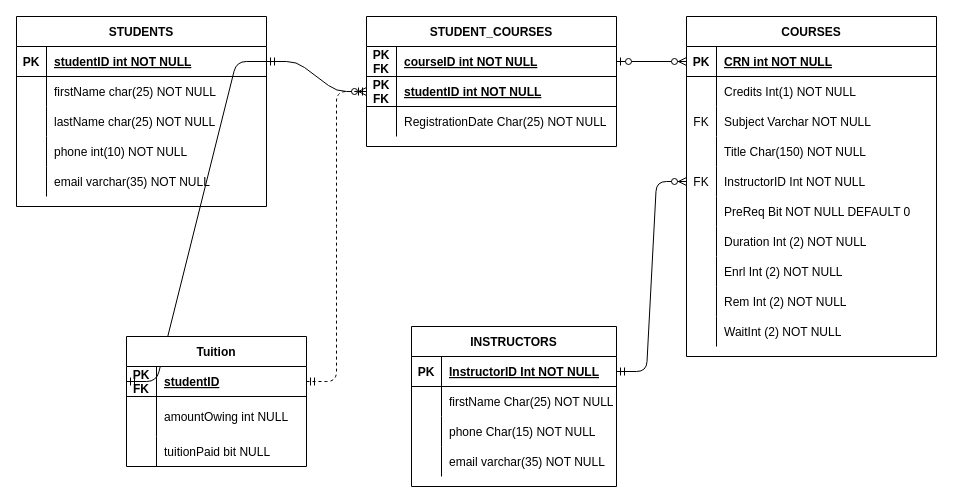
Before: docs/Database.drawio in VeraWei/3280_002_FJQ, a draw.io diagram. Source tidied: cells renumbered, new cells numbered last; positions are measured from the earlier drawing's top-left corner, leaving out a move shared by most shapes. Both pictures are drawn from the tidied source at 100%, with x=0, y=0 at pixel (16, 16).
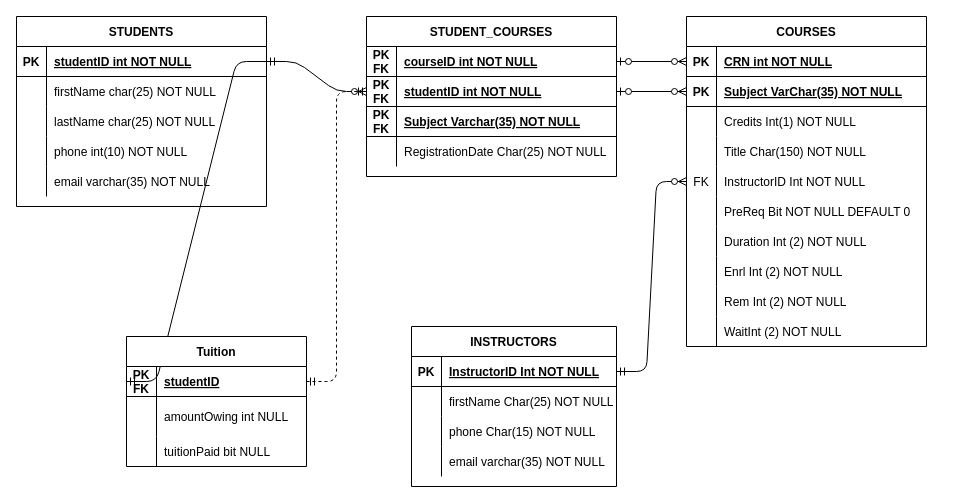
The same diagram, later.

Commit message:
made changes to draw.io to reflect new database

Unchanged cells that the change refers to:
```xml
<mxCell id="23" style="shape=partialRectangle;fillColor=none;points=[[0,0.5],[1,0.5]];portConstraint=eastwest;top=0;left=0;right=0;bottom=1;" parent="19" vertex="1">
  <mxGeometry y="60" width="250" height="30" as="geometry" />
</mxCell>
```

The edit, as a diff of the source:
```diff
@@
     <mxCell id="19" value="STUDENT_COURSES" style="shape=table;startSize=30;childLayout=tableLayout;rowLines=0;fontStyle=1;align=center;" parent="1" vertex="1">
-      <mxGeometry x="350" width="250" height="130" as="geometry" />
+      <mxGeometry x="350" width="250" height="160" as="geometry" />
     </mxCell>
@@
+    <mxCell id="87" style="shape=partialRectangle;fillColor=none;top=0;left=0;right=0;bottom=1;" parent="19" vertex="1">
+      <mxGeometry y="90" width="250" height="30" as="geometry" />
+    </mxCell>
+    <mxCell id="88" value="PK&#10;FK" style="shape=partialRectangle;overflow=hidden;fillColor=none;top=0;left=0;bottom=0;right=0;fontStyle=1;" parent="87" vertex="1">
+      <mxGeometry width="30" height="30" as="geometry" />
+    </mxCell>
+    <mxCell id="89" value="Subject Varchar(35) NOT NULL" style="shape=partialRectangle;overflow=hidden;fillColor=none;top=0;left=0;bottom=0;right=0;align=left;spacingLeft=6;fontStyle=5;" parent="87" vertex="1">
+      <mxGeometry x="30" width="220" height="30" as="geometry" />
+    </mxCell>
     <mxCell id="26" style="shape=partialRectangle;fillColor=none;top=0;left=0;right=0;bottom=0;" parent="19" vertex="1">
-      <mxGeometry y="90" width="250" height="30" as="geometry" />
+      <mxGeometry y="120" width="250" height="30" as="geometry" />
     </mxCell>
@@
     <mxCell id="29" value="COURSES" style="shape=table;startSize=30;childLayout=tableLayout;rowLines=0;fontStyle=1;align=center;" parent="1" vertex="1">
-      <mxGeometry x="670" width="250" height="340" as="geometry" />
+      <mxGeometry x="670" width="240" height="330" as="geometry" />
     </mxCell>
     <mxCell id="30" style="shape=partialRectangle;fillColor=none;points=[[0,0.5],[1,0.5]];portConstraint=eastwest;top=0;left=0;right=0;bottom=1;" parent="29" vertex="1">
-      <mxGeometry y="30" width="250" height="30" as="geometry" />
+      <mxGeometry y="30" width="240" height="30" as="geometry" />
     </mxCell>
@@
     <mxCell id="32" value="CRN int NOT NULL " style="shape=partialRectangle;overflow=hidden;fillColor=none;top=0;left=0;bottom=0;right=0;align=left;spacingLeft=6;fontStyle=5;" parent="30" vertex="1">
-      <mxGeometry x="30" width="220" height="30" as="geometry" />
+      <mxGeometry x="30" width="210" height="30" as="geometry" />
     </mxCell>
+    <mxCell id="90" style="shape=partialRectangle;fillColor=none;points=[[0,0.5],[1,0.5]];portConstraint=eastwest;top=0;left=0;right=0;bottom=1;" parent="29" vertex="1">
+      <mxGeometry y="60" width="240" height="30" as="geometry" />
+    </mxCell>
+    <mxCell id="91" value="PK" style="shape=partialRectangle;overflow=hidden;fillColor=none;top=0;left=0;bottom=0;right=0;fontStyle=1;" parent="90" vertex="1">
+      <mxGeometry width="30" height="30" as="geometry" />
+    </mxCell>
+    <mxCell id="92" value="Subject VarChar(35) NOT NULL " style="shape=partialRectangle;overflow=hidden;fillColor=none;top=0;left=0;bottom=0;right=0;align=left;spacingLeft=6;fontStyle=5;" parent="90" vertex="1">
+      <mxGeometry x="30" width="210" height="30" as="geometry" />
+    </mxCell>
     <mxCell id="33" style="shape=partialRectangle;fillColor=none;top=0;left=0;right=0;bottom=0;" parent="29" vertex="1">
-      <mxGeometry y="60" width="250" height="30" as="geometry" />
+      <mxGeometry y="90" width="240" height="30" as="geometry" />
     </mxCell>
@@
     <mxCell id="35" value="Credits Int(1) NOT NULL" style="shape=partialRectangle;overflow=hidden;fillColor=none;top=0;left=0;bottom=0;right=0;align=left;spacingLeft=6;" parent="33" vertex="1">
-      <mxGeometry x="30" width="220" height="30" as="geometry" />
+      <mxGeometry x="30" width="210" height="30" as="geometry" />
     </mxCell>
-    <mxCell id="36" style="shape=partialRectangle;fillColor=none;top=0;left=0;right=0;bottom=0;" parent="29" vertex="1">
-      <mxGeometry y="90" width="250" height="30" as="geometry" />
-    </mxCell>
-    <mxCell id="37" value="FK" style="shape=partialRectangle;overflow=hidden;fillColor=none;top=0;left=0;bottom=0;right=0;" parent="36" vertex="1">
-      <mxGeometry width="30" height="30" as="geometry" />
-    </mxCell>
-    <mxCell id="38" value="Subject Varchar NOT NULL" style="shape=partialRectangle;overflow=hidden;fillColor=none;top=0;left=0;bottom=0;right=0;align=left;spacingLeft=6;" parent="36" vertex="1">
-      <mxGeometry x="30" width="220" height="30" as="geometry" />
-    </mxCell>
     <mxCell id="39" style="shape=partialRectangle;fillColor=none;top=0;left=0;right=0;bottom=0;" parent="29" vertex="1">
-      <mxGeometry y="120" width="250" height="30" as="geometry" />
+      <mxGeometry y="120" width="240" height="30" as="geometry" />
     </mxCell>
@@
     <mxCell id="41" value="Title Char(150) NOT NULL" style="shape=partialRectangle;overflow=hidden;fillColor=none;top=0;left=0;bottom=0;right=0;align=left;spacingLeft=6;" parent="39" vertex="1">
-      <mxGeometry x="30" width="220" height="30" as="geometry" />
+      <mxGeometry x="30" width="210" height="30" as="geometry" />
     </mxCell>
     <mxCell id="42" style="shape=partialRectangle;fillColor=none;points=[[0,0.5],[1,0.5]];portConstraint=eastwest;top=0;left=0;right=0;bottom=0;" parent="29" vertex="1">
-      <mxGeometry y="150" width="250" height="30" as="geometry" />
+      <mxGeometry y="150" width="240" height="30" as="geometry" />
     </mxCell>
@@
     <mxCell id="44" value="InstructorID Int NOT NULL" style="shape=partialRectangle;overflow=hidden;fillColor=none;top=0;left=0;bottom=0;right=0;align=left;spacingLeft=6;" parent="42" vertex="1">
-      <mxGeometry x="30" width="220" height="30" as="geometry" />
+      <mxGeometry x="30" width="210" height="30" as="geometry" />
     </mxCell>
     <mxCell id="45" style="shape=partialRectangle;fillColor=none;top=0;left=0;right=0;bottom=0;" parent="29" vertex="1">
-      <mxGeometry y="180" width="250" height="30" as="geometry" />
+      <mxGeometry y="180" width="240" height="30" as="geometry" />
     </mxCell>
@@
     <mxCell id="47" value="PreReq Bit NOT NULL DEFAULT 0" style="shape=partialRectangle;overflow=hidden;fillColor=none;top=0;left=0;bottom=0;right=0;align=left;spacingLeft=6;" parent="45" vertex="1">
-      <mxGeometry x="30" width="220" height="30" as="geometry" />
+      <mxGeometry x="30" width="210" height="30" as="geometry" />
     </mxCell>
     <mxCell id="48" style="shape=partialRectangle;fillColor=none;top=0;left=0;right=0;bottom=0;" parent="29" vertex="1">
-      <mxGeometry y="210" width="250" height="30" as="geometry" />
+      <mxGeometry y="210" width="240" height="30" as="geometry" />
     </mxCell>
@@
     <mxCell id="50" value="Duration Int (2) NOT NULL" style="shape=partialRectangle;overflow=hidden;fillColor=none;top=0;left=0;bottom=0;right=0;align=left;spacingLeft=6;" parent="48" vertex="1">
-      <mxGeometry x="30" width="220" height="30" as="geometry" />
+      <mxGeometry x="30" width="210" height="30" as="geometry" />
     </mxCell>
     <mxCell id="51" style="shape=partialRectangle;fillColor=none;top=0;left=0;right=0;bottom=0;" parent="29" vertex="1">
-      <mxGeometry y="240" width="250" height="30" as="geometry" />
+      <mxGeometry y="240" width="240" height="30" as="geometry" />
     </mxCell>
@@
     <mxCell id="53" value="Enrl Int (2) NOT NULL" style="shape=partialRectangle;overflow=hidden;fillColor=none;top=0;left=0;bottom=0;right=0;align=left;spacingLeft=6;" parent="51" vertex="1">
-      <mxGeometry x="30" width="220" height="30" as="geometry" />
+      <mxGeometry x="30" width="210" height="30" as="geometry" />
     </mxCell>
     <mxCell id="54" style="shape=partialRectangle;fillColor=none;top=0;left=0;right=0;bottom=0;" parent="29" vertex="1">
-      <mxGeometry y="270" width="250" height="30" as="geometry" />
+      <mxGeometry y="270" width="240" height="30" as="geometry" />
     </mxCell>
@@
     <mxCell id="56" value="Rem Int (2) NOT NULL" style="shape=partialRectangle;overflow=hidden;fillColor=none;top=0;left=0;bottom=0;right=0;align=left;spacingLeft=6;" parent="54" vertex="1">
-      <mxGeometry x="30" width="220" height="30" as="geometry" />
+      <mxGeometry x="30" width="210" height="30" as="geometry" />
     </mxCell>
     <mxCell id="57" style="shape=partialRectangle;fillColor=none;top=0;left=0;right=0;bottom=0;" parent="29" vertex="1">
-      <mxGeometry y="300" width="250" height="30" as="geometry" />
+      <mxGeometry y="300" width="240" height="30" as="geometry" />
     </mxCell>
@@
     <mxCell id="59" value="WaitInt (2) NOT NULL" style="shape=partialRectangle;overflow=hidden;fillColor=none;top=0;left=0;bottom=0;right=0;align=left;spacingLeft=6;" parent="57" vertex="1">
-      <mxGeometry x="30" width="220" height="30" as="geometry" />
+      <mxGeometry x="30" width="210" height="30" as="geometry" />
     </mxCell>
@@
+    <mxCell id="93" style="edgeStyle=orthogonalEdgeStyle;rounded=0;jettySize=auto;html=1;exitX=1;exitY=0.5;exitDx=0;exitDy=0;entryX=0;entryY=0.5;entryDx=0;entryDy=0;endArrow=ERzeroToMany;endFill=1;startArrow=ERzeroToOne;startFill=1;" parent="1" edge="1" source="23" target="90">
+      <mxGeometry relative="1" as="geometry" />
+    </mxCell>
```
